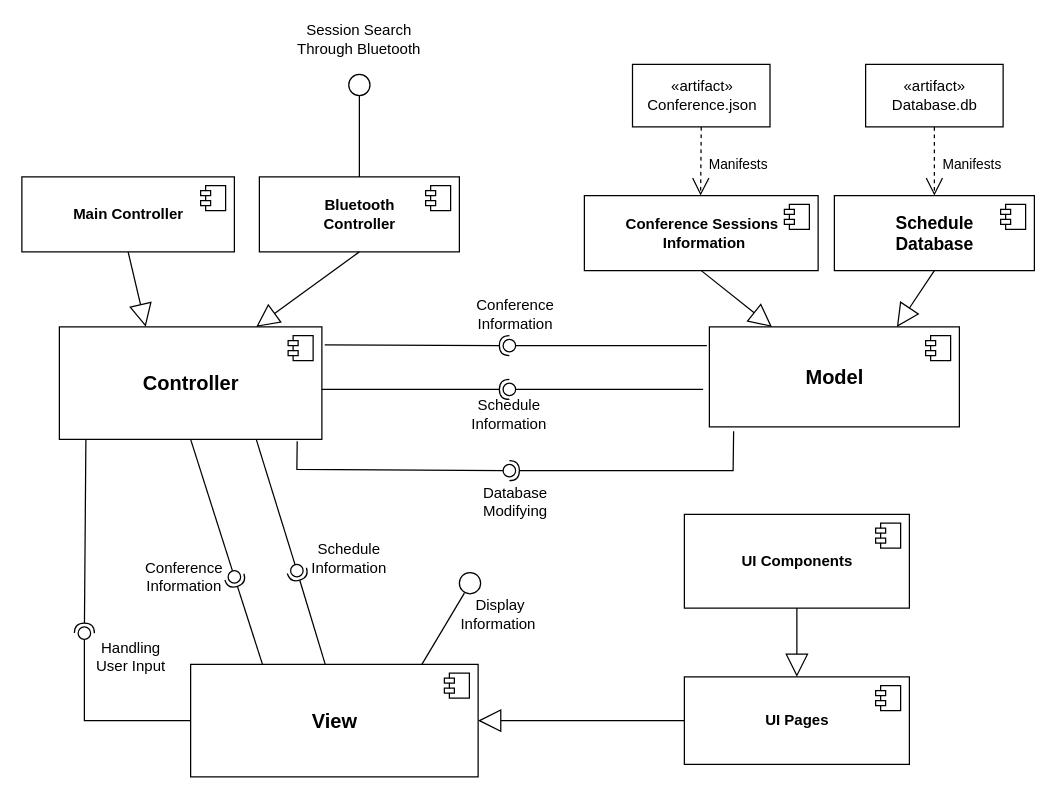
Above: docs/ComponentDiagram.drawio in softeng-feup/open-cx-mr-simba (draw.io), before the change. Source tidied: cells renumbered, new cells numbered last; positions are measured from the earlier drawing's top-left corner, leaving out a move shared by most shapes. Both pictures are drawn from the tidied source at 125%, with x=0, y=0 at pixel (21, 26).
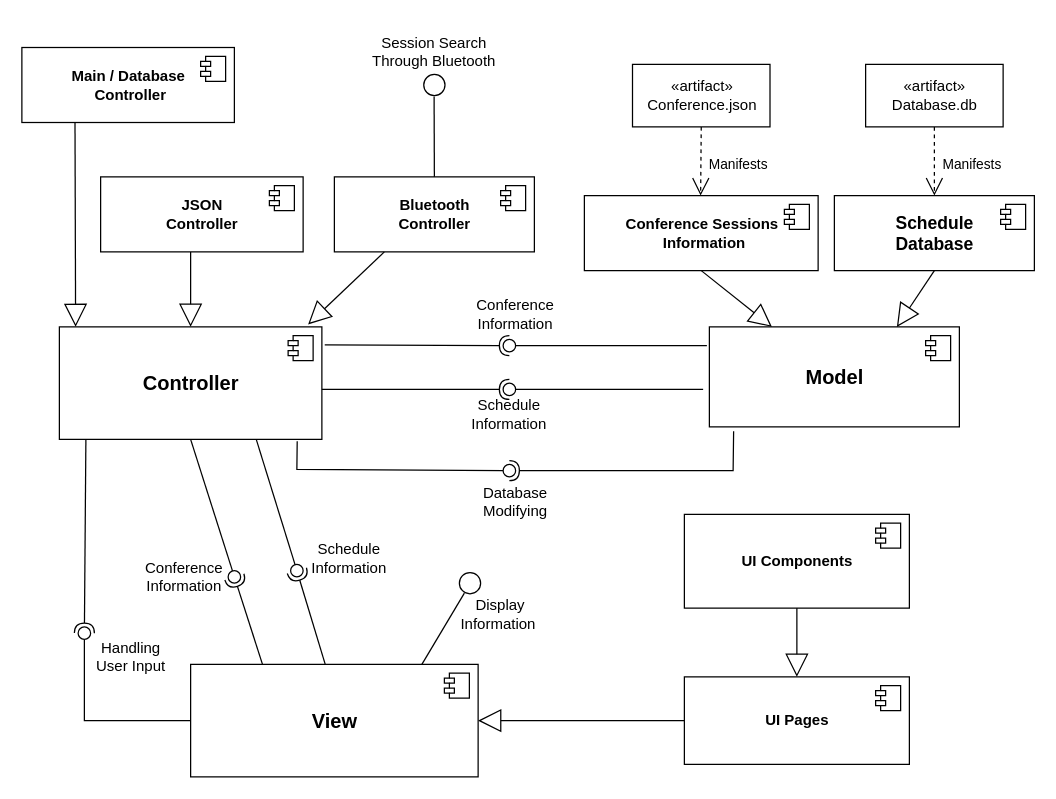
Above is the later version.

Commit message (it also covers changes not shown here):
Updated component diagram

The change refers to these unchanged cells:
```xml
<mxCell id="2" value="&lt;b&gt;&lt;font style=&quot;font-size: 16px&quot;&gt;Controller&lt;/font&gt;&lt;/b&gt;" style="html=1;" parent="1" vertex="1">
  <mxGeometry x="30" y="240" width="210" height="90" as="geometry" />
</mxCell>
```

What changed in the source:
```diff
@@
     <mxCell id="26" value="&lt;b&gt;Bluetooth &lt;br&gt;Controller&lt;/b&gt;" style="html=1;" parent="1" vertex="1">
-      <mxGeometry x="190" y="120" width="160" height="60" as="geometry" />
+      <mxGeometry x="250" y="120" width="160" height="60" as="geometry" />
     </mxCell>
@@
-    <mxCell id="28" style="endArrow=block;endSize=16;endFill=0;html=1;entryX=0.75;entryY=0;entryDx=0;entryDy=0;exitX=0.5;exitY=1;exitDx=0;exitDy=0;" parent="1" edge="1" source="26" target="2">
-      <mxGeometry relative="1" as="geometry" />
+    <mxCell id="28" style="endArrow=block;endSize=16;endFill=0;html=1;exitX=0.25;exitY=1;exitDx=0;exitDy=0;" parent="1" edge="1" source="26">
+      <mxGeometry relative="1" as="geometry">
+        <mxPoint x="229" y="238" as="targetPoint" />
+      </mxGeometry>
     </mxCell>
-    <mxCell id="29" style="endArrow=block;endSize=16;endFill=0;html=1;entryX=0.329;entryY=-0.001;entryDx=0;entryDy=0;exitX=0.5;exitY=1;exitDx=0;exitDy=0;entryPerimeter=0;" parent="1" edge="1" source="30" target="2">
-      <mxGeometry relative="1" as="geometry" />
+    <mxCell id="29" style="endArrow=block;endSize=16;endFill=0;html=1;exitX=0.25;exitY=1;exitDx=0;exitDy=0;" parent="1" edge="1" source="30">
+      <mxGeometry relative="1" as="geometry">
+        <mxPoint x="43" y="240" as="targetPoint" />
+      </mxGeometry>
     </mxCell>
-    <mxCell id="30" value="&lt;b&gt;&lt;font style=&quot;font-size: 12px&quot;&gt;Main Controller&lt;/font&gt;&lt;/b&gt;" style="html=1;" parent="1" vertex="1">
-      <mxGeometry y="120" width="170" height="60" as="geometry" />
+    <mxCell id="30" value="&lt;b&gt;&lt;font style=&quot;font-size: 12px&quot;&gt;Main / Database&lt;br&gt;&amp;nbsp;Controller&lt;/font&gt;&lt;/b&gt;" style="html=1;" parent="1" vertex="1">
+      <mxGeometry y="16.5" width="170" height="60" as="geometry" />
     </mxCell>
@@
-    <mxCell id="32" style="rounded=0;jettySize=auto;html=1;endArrow=none;endFill=0;exitX=0.5;exitY=0;exitDx=0;exitDy=0;" parent="1" edge="1" source="26">
-      <mxGeometry relative="1" as="geometry">
-        <mxPoint x="270" y="50" as="targetPoint" />
-      </mxGeometry>
+    <mxCell id="32" style="rounded=0;jettySize=auto;html=1;endArrow=none;endFill=0;exitX=0.5;exitY=0;exitDx=0;exitDy=0;entryX=0.487;entryY=1.039;entryDx=0;entryDy=0;entryPerimeter=0;" parent="1" edge="1" source="26" target="33">
+      <mxGeometry relative="1" as="geometry" />
     </mxCell>
     <mxCell id="33" style="ellipse;whiteSpace=wrap;html=1;fontFamily=Helvetica;fontSize=12;fontColor=#000000;align=center;strokeColor=#000000;fillColor=#ffffff;points=[];" parent="1" vertex="1">
-      <mxGeometry x="261.5" y="38" width="17" height="17" as="geometry" />
+      <mxGeometry x="321.5" y="38" width="17" height="17" as="geometry" />
     </mxCell>
     <mxCell id="34" value="Session Search Through Bluetooth" style="text;html=1;strokeColor=none;fillColor=none;align=center;verticalAlign=middle;whiteSpace=wrap;rounded=0;" parent="1" vertex="1">
-      <mxGeometry x="215" width="110" height="20" as="geometry" />
+      <mxGeometry x="275" y="10" width="110" height="20" as="geometry" />
     </mxCell>
@@
+    <mxCell id="60" style="endArrow=block;endSize=16;endFill=0;html=1;entryX=0.5;entryY=0;entryDx=0;entryDy=0;" parent="1" edge="1" target="2">
+      <mxGeometry relative="1" as="geometry">
+        <mxPoint x="135" y="180" as="sourcePoint" />
+      </mxGeometry>
+    </mxCell>
+    <mxCell id="61" value="&lt;b&gt;JSON &lt;br&gt;Controller&lt;/b&gt;" style="html=1;" parent="1" vertex="1">
+      <mxGeometry x="63" y="120" width="162" height="60" as="geometry" />
+    </mxCell>
+    <mxCell id="62" style="shape=component;jettyWidth=8;jettyHeight=4;" parent="61" vertex="1">
+      <mxGeometry x="1" width="20" height="20" relative="1" as="geometry">
+        <mxPoint x="-27" y="7" as="offset" />
+      </mxGeometry>
+    </mxCell>
```
